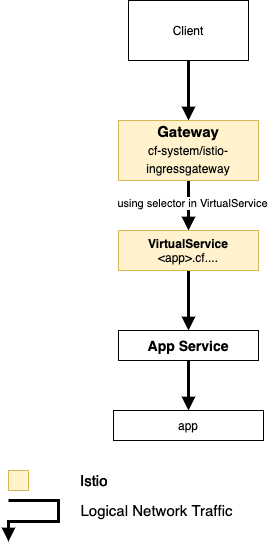
Above: doc/LogicalNetwork.png in domdom82/cf4k8s-networking (draw.io), before the change. Source tidied: cells renumbered, new cells last; positions are measured from the earlier drawing's top-left corner, leaving out a move shared by most shapes. Source of this version:
```xml
<mxGraphModel>
  <root>
    <mxCell id="0" />
    <mxCell id="1" parent="0" />
    <mxCell id="2" style="edgeStyle=orthogonalEdgeStyle;rounded=0;jettySize=auto;html=1;exitX=0.5;exitY=1;exitDx=0;exitDy=0;entryX=0.5;entryY=0;entryDx=0;entryDy=0;endArrow=block;endFill=1;strokeWidth=3;" parent="1" edge="1" source="3" target="6">
      <mxGeometry relative="1" as="geometry" />
    </mxCell>
    <mxCell id="3" value="Client" style="rounded=0;whiteSpace=wrap;html=1;" parent="1" vertex="1">
      <mxGeometry x="120" width="120" height="60" as="geometry" />
    </mxCell>
    <mxCell id="4" style="edgeStyle=orthogonalEdgeStyle;rounded=0;jettySize=auto;html=1;exitX=0.5;exitY=1;exitDx=0;exitDy=0;strokeWidth=3;endFill=1;endArrow=block;" parent="1" edge="1" source="6" target="8">
      <mxGeometry relative="1" as="geometry" />
    </mxCell>
    <mxCell id="5" value="using selector in VirtualService" style="edgeLabel;html=1;align=center;verticalAlign=middle;" parent="4" vertex="1">
      <mxGeometry x="-0.12" y="3" relative="1" as="geometry" />
    </mxCell>
    <mxCell id="6" value="&lt;div style=&quot;line-height: 18px;&quot;&gt;&lt;font&gt;&lt;span style=&quot;font-size: 15px&quot;&gt;&lt;b&gt;Gateway&lt;br&gt;&lt;/b&gt;&lt;/span&gt;&lt;/font&gt;cf-system/istio-ingressgateway&lt;/div&gt;" style="rounded=0;whiteSpace=wrap;html=1;fillColor=#fff2cc;strokeColor=#d6b656;labelBackgroundColor=none;" parent="1" vertex="1">
      <mxGeometry x="110" y="120" width="140" height="60" as="geometry" />
    </mxCell>
    <mxCell id="7" style="edgeStyle=orthogonalEdgeStyle;rounded=0;jettySize=auto;html=1;exitX=0.5;exitY=1;exitDx=0;exitDy=0;strokeWidth=3;endFill=1;endArrow=block;" parent="1" edge="1" source="8" target="10">
      <mxGeometry relative="1" as="geometry" />
    </mxCell>
    <mxCell id="8" value="&lt;b&gt;VirtualService&lt;/b&gt;&lt;br&gt;&amp;lt;app&amp;gt;.cf...." style="rounded=0;whiteSpace=wrap;html=1;fillColor=#fff2cc;strokeColor=#d6b656;" parent="1" vertex="1">
      <mxGeometry x="110" y="230" width="140" height="40" as="geometry" />
    </mxCell>
    <mxCell id="9" style="edgeStyle=orthogonalEdgeStyle;rounded=0;jettySize=auto;html=1;exitX=0.5;exitY=1;exitDx=0;exitDy=0;entryX=0.5;entryY=0;entryDx=0;entryDy=0;strokeWidth=3;endFill=1;endArrow=block;" parent="1" edge="1" source="10" target="14">
      <mxGeometry relative="1" as="geometry" />
    </mxCell>
    <mxCell id="10" value="App Service" style="rounded=0;whiteSpace=wrap;html=1;fontSize=14;fontStyle=1;" parent="1" vertex="1">
      <mxGeometry x="110" y="330" width="140" height="30" as="geometry" />
    </mxCell>
    <mxCell id="11" style="group;" parent="1" vertex="1">
      <mxGeometry y="470" width="70" height="20" as="geometry" />
    </mxCell>
    <mxCell id="12" style="rounded=0;whiteSpace=wrap;html=1;fillColor=#fff2cc;strokeColor=#d6b656;" parent="11" vertex="1">
      <mxGeometry width="20" height="20" as="geometry" />
    </mxCell>
    <mxCell id="13" value="Istio" style="text;html=1;strokeColor=none;fillColor=none;align=left;verticalAlign=middle;whiteSpace=wrap;rounded=0;labelBackgroundColor=none;fontSize=15;" parent="1" vertex="1">
      <mxGeometry x="70" y="470" width="40" height="20" as="geometry" />
    </mxCell>
    <mxCell id="14" value="app" style="rounded=0;whiteSpace=wrap;html=1;" parent="1" vertex="1">
      <mxGeometry x="105" y="410" width="150" height="30" as="geometry" />
    </mxCell>
    <mxCell id="15" style="group;" parent="1" vertex="1">
      <mxGeometry y="470" width="70" height="20" as="geometry" />
    </mxCell>
    <mxCell id="16" style="rounded=0;whiteSpace=wrap;html=1;fillColor=#fff2cc;strokeColor=#d6b656;" parent="15" vertex="1">
      <mxGeometry width="20" height="20" as="geometry" />
    </mxCell>
    <mxCell id="17" value="Istio" style="text;html=1;strokeColor=none;fillColor=none;align=left;verticalAlign=middle;whiteSpace=wrap;rounded=0;labelBackgroundColor=none;fontSize=15;" parent="1" vertex="1">
      <mxGeometry x="70" y="470" width="40" height="20" as="geometry" />
    </mxCell>
    <mxCell id="18" style="group;" parent="1" vertex="1">
      <mxGeometry y="500" width="230" height="21" as="geometry" />
    </mxCell>
    <mxCell id="19" style="edgeStyle=orthogonalEdgeStyle;rounded=0;orthogonalLoop=1;jettySize=auto;html=1;exitX=0.5;exitY=1;exitDx=0;exitDy=0;endArrow=block;endFill=1;strokeWidth=3;" parent="18" edge="1">
      <mxGeometry relative="1" as="geometry">
        <mxPoint as="sourcePoint" />
        <mxPoint y="41" as="targetPoint" />
        <Array as="points">
          <mxPoint x="50" />
          <mxPoint x="50" y="21" />
          <mxPoint y="21" />
        </Array>
      </mxGeometry>
    </mxCell>
    <mxCell id="20" value="Logical Network Traffic" style="text;html=1;strokeColor=none;fillColor=none;align=center;verticalAlign=middle;whiteSpace=wrap;rounded=0;labelBackgroundColor=none;fontSize=15;" parent="18" vertex="1">
      <mxGeometry x="67" width="163" height="20" as="geometry" />
    </mxCell>
  </root>
</mxGraphModel>
```
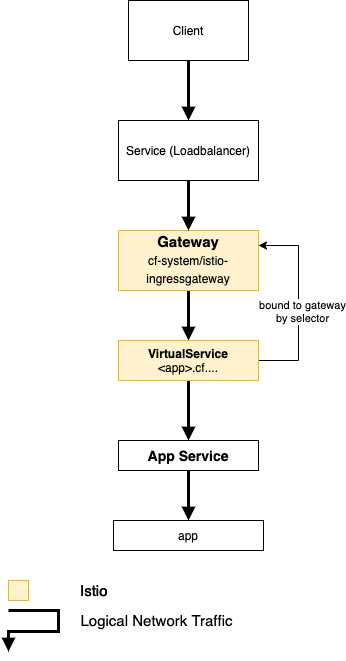
The same file after the commit.

The edit, as a diff of the source:
```diff
@@ -2,24 +2,34 @@
   <root>
     <mxCell id="0" />
     <mxCell id="1" parent="0" />
-    <mxCell id="2" style="edgeStyle=orthogonalEdgeStyle;rounded=0;jettySize=auto;html=1;exitX=0.5;exitY=1;exitDx=0;exitDy=0;entryX=0.5;entryY=0;entryDx=0;entryDy=0;endArrow=block;endFill=1;strokeWidth=3;" parent="1" edge="1" source="3" target="6">
+    <mxCell id="2" style="edgeStyle=orthogonalEdgeStyle;rounded=0;jettySize=auto;html=1;exitX=0.5;exitY=1;exitDx=0;exitDy=0;endArrow=block;endFill=1;strokeWidth=3;" parent="1" edge="1" source="3" target="24">
       <mxGeometry relative="1" as="geometry" />
     </mxCell>
     <mxCell id="3" value="Client" style="rounded=0;whiteSpace=wrap;html=1;" parent="1" vertex="1">
-      <mxGeometry x="120" width="120" height="60" as="geometry" />
+      <mxGeometry x="120" y="-110" width="120" height="60" as="geometry" />
     </mxCell>
     <mxCell id="4" style="edgeStyle=orthogonalEdgeStyle;rounded=0;jettySize=auto;html=1;exitX=0.5;exitY=1;exitDx=0;exitDy=0;strokeWidth=3;endFill=1;endArrow=block;" parent="1" edge="1" source="6" target="8">
       <mxGeometry relative="1" as="geometry" />
     </mxCell>
-    <mxCell id="5" value="using selector in VirtualService" style="edgeLabel;html=1;align=center;verticalAlign=middle;" parent="4" vertex="1">
-      <mxGeometry x="-0.12" y="3" relative="1" as="geometry" />
-    </mxCell>
     <mxCell id="6" value="&lt;div style=&quot;line-height: 18px;&quot;&gt;&lt;font&gt;&lt;span style=&quot;font-size: 15px&quot;&gt;&lt;b&gt;Gateway&lt;br&gt;&lt;/b&gt;&lt;/span&gt;&lt;/font&gt;cf-system/istio-ingressgateway&lt;/div&gt;" style="rounded=0;whiteSpace=wrap;html=1;fillColor=#fff2cc;strokeColor=#d6b656;labelBackgroundColor=none;" parent="1" vertex="1">
       <mxGeometry x="110" y="120" width="140" height="60" as="geometry" />
     </mxCell>
     <mxCell id="7" style="edgeStyle=orthogonalEdgeStyle;rounded=0;jettySize=auto;html=1;exitX=0.5;exitY=1;exitDx=0;exitDy=0;strokeWidth=3;endFill=1;endArrow=block;" parent="1" edge="1" source="8" target="10">
       <mxGeometry relative="1" as="geometry" />
     </mxCell>
+    <mxCell id="21" style="edgeStyle=orthogonalEdgeStyle;rounded=0;jettySize=auto;html=1;exitX=1;exitY=0.5;exitDx=0;exitDy=0;entryX=1;entryY=0.25;entryDx=0;entryDy=0;" parent="1" edge="1" source="8" target="6">
+      <mxGeometry relative="1" as="geometry">
+        <Array as="points">
+          <mxPoint x="290" y="250" />
+          <mxPoint x="290" y="135" />
+        </Array>
+      </mxGeometry>
+    </mxCell>
+    <mxCell id="22" value="bound to gateway&lt;br&gt;by selector" style="edgeLabel;html=1;align=center;verticalAlign=middle;" parent="21" vertex="1">
+      <mxGeometry x="0.12" y="-3" relative="1" as="geometry">
+        <mxPoint y="19" as="offset" />
+      </mxGeometry>
+    </mxCell>
     <mxCell id="8" value="&lt;b&gt;VirtualService&lt;/b&gt;&lt;br&gt;&amp;lt;app&amp;gt;.cf...." style="rounded=0;whiteSpace=wrap;html=1;fillColor=#fff2cc;strokeColor=#d6b656;" parent="1" vertex="1">
       <mxGeometry x="110" y="230" width="140" height="40" as="geometry" />
     </mxCell>
@@ -67,5 +77,11 @@
     <mxCell id="20" value="Logical Network Traffic" style="text;html=1;strokeColor=none;fillColor=none;align=center;verticalAlign=middle;whiteSpace=wrap;rounded=0;labelBackgroundColor=none;fontSize=15;" parent="18" vertex="1">
       <mxGeometry x="67" width="163" height="20" as="geometry" />
     </mxCell>
+    <mxCell id="23" style="edgeStyle=orthogonalEdgeStyle;rounded=0;jettySize=auto;html=1;exitX=0.5;exitY=1;exitDx=0;exitDy=0;entryX=0.5;entryY=0;entryDx=0;entryDy=0;strokeWidth=3;endFill=1;endArrow=block;" parent="1" edge="1" source="24" target="6">
+      <mxGeometry relative="1" as="geometry" />
+    </mxCell>
+    <mxCell id="24" value="Service (Loadbalancer)" style="rounded=0;whiteSpace=wrap;html=1;" parent="1" vertex="1">
+      <mxGeometry x="110" y="10" width="140" height="60" as="geometry" />
+    </mxCell>
   </root>
 </mxGraphModel>
```
